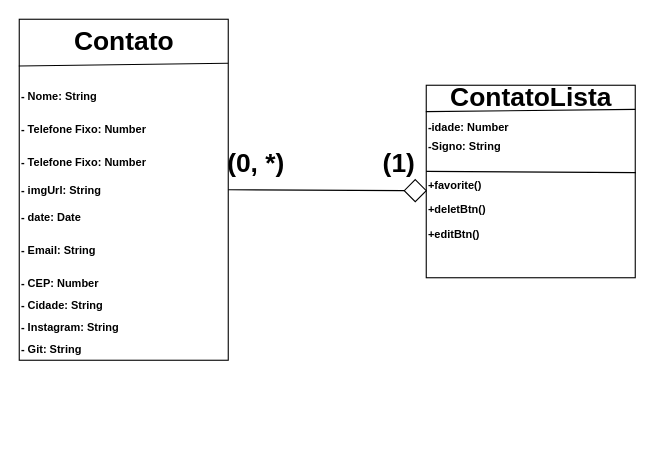
GuiLimaSeila/DesafioListaPhone keeps this draw.io diagram as diagram.drawio. Above is the earlier version. Source tidied: cells renumbered, new cells numbered last; positions are measured from the earlier drawing's top-left corner, leaving out a move shared by most shapes. Both pictures are drawn from the tidied source at 110%, with x=0, y=0 at pixel (19, 19).
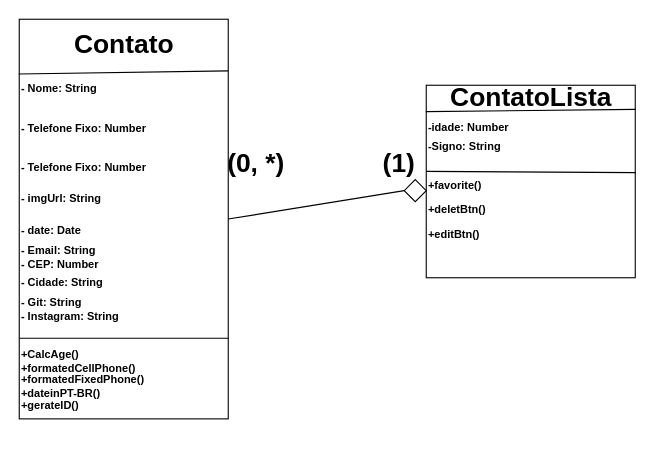
The same diagram, later.

Unchanged cells that the change refers to:
```xml
<mxCell id="2" style="group;" parent="1" vertex="1">
  <mxGeometry width="560" height="320" as="geometry" />
</mxCell>
```

Change to the diagram source:
```diff
@@
     <mxCell id="4" style="group;" parent="2" vertex="1">
-      <mxGeometry width="190" height="320" as="geometry" />
+      <mxGeometry width="190" height="375" as="geometry" />
     </mxCell>
     <mxCell id="5" style="whiteSpace=wrap;html=1;" parent="4" vertex="1">
-      <mxGeometry width="190" height="310" as="geometry" />
+      <mxGeometry width="190" height="363.3" as="geometry" />
     </mxCell>
     <mxCell id="6" style="endArrow=none;html=1;exitX=-0.002;exitY=0.137;exitDx=0;exitDy=0;exitPerimeter=0;" parent="4" edge="1" source="5">
       <mxGeometry relative="1" as="geometry">
-        <mxPoint x="190" y="40" as="targetPoint" />
+        <mxPoint x="190" y="46.9" as="targetPoint" />
       </mxGeometry>
     </mxCell>
     <mxCell id="7" value="Contato" style="text;strokeColor=none;fillColor=none;html=1;fontSize=24;fontStyle=1;verticalAlign=middle;align=center;" parent="4" vertex="1">
-      <mxGeometry x="45" width="100" height="40" as="geometry" />
+      <mxGeometry x="45" width="100" height="46.9" as="geometry" />
     </mxCell>
     <mxCell id="8" value="- Nome: String" style="text;strokeColor=none;fillColor=none;html=1;fontSize=10;fontStyle=1;verticalAlign=middle;align=left;" parent="4" vertex="1">
-      <mxGeometry y="50" width="80" height="40" as="geometry" />
+      <mxGeometry y="40" width="80" height="46.9" as="geometry" />
     </mxCell>
     <mxCell id="9" value="- Telefone Fixo: Number" style="text;strokeColor=none;fillColor=none;html=1;fontSize=10;fontStyle=1;verticalAlign=middle;align=left;" parent="4" vertex="1">
-      <mxGeometry y="80" width="80" height="40" as="geometry" />
+      <mxGeometry y="75.2" width="80" height="46.9" as="geometry" />
     </mxCell>
     <mxCell id="10" value="- Telefone Fixo: Number" style="text;strokeColor=none;fillColor=none;html=1;fontSize=10;fontStyle=1;verticalAlign=middle;align=left;" parent="4" vertex="1">
-      <mxGeometry y="110" width="80" height="40" as="geometry" />
+      <mxGeometry y="110.3" width="80" height="46.9" as="geometry" />
     </mxCell>
     <mxCell id="11" value="- imgUrl: String&lt;br&gt;" style="text;strokeColor=none;fillColor=none;html=1;fontSize=10;fontStyle=1;verticalAlign=middle;align=left;" parent="4" vertex="1">
-      <mxGeometry y="135" width="80" height="40" as="geometry" />
+      <mxGeometry y="139.6" width="80" height="46.9" as="geometry" />
     </mxCell>
     <mxCell id="12" value="- date: Date" style="text;strokeColor=none;fillColor=none;html=1;fontSize=10;fontStyle=1;verticalAlign=middle;align=left;" parent="4" vertex="1">
-      <mxGeometry y="160" width="80" height="40" as="geometry" />
+      <mxGeometry y="168.9" width="80" height="46.9" as="geometry" />
     </mxCell>
     <mxCell id="13" value="- Email: String" style="text;strokeColor=none;fillColor=none;html=1;fontSize=10;fontStyle=1;verticalAlign=middle;align=left;" parent="4" vertex="1">
-      <mxGeometry y="190" width="80" height="40" as="geometry" />
+      <mxGeometry y="186.5" width="80" height="46.9" as="geometry" />
     </mxCell>
     <mxCell id="14" value="- CEP: Number" style="text;strokeColor=none;fillColor=none;html=1;fontSize=10;fontStyle=1;verticalAlign=middle;align=left;" parent="4" vertex="1">
-      <mxGeometry y="220" width="80" height="40" as="geometry" />
+      <mxGeometry y="200" width="80" height="46.9" as="geometry" />
     </mxCell>
     <mxCell id="15" value="- Cidade: String" style="text;strokeColor=none;fillColor=none;html=1;fontSize=10;fontStyle=1;verticalAlign=middle;align=left;" parent="4" vertex="1">
-      <mxGeometry y="240" width="80" height="40" as="geometry" />
+      <mxGeometry y="215.8" width="80" height="46.9" as="geometry" />
     </mxCell>
     <mxCell id="16" value="- Instagram: String" style="text;strokeColor=none;fillColor=none;html=1;fontSize=10;fontStyle=1;verticalAlign=middle;align=left;" parent="4" vertex="1">
-      <mxGeometry y="260" width="80" height="40" as="geometry" />
+      <mxGeometry y="246.9" width="80" height="46.9" as="geometry" />
     </mxCell>
     <mxCell id="17" value="- Git: String" style="text;strokeColor=none;fillColor=none;html=1;fontSize=10;fontStyle=1;verticalAlign=middle;align=left;" parent="4" vertex="1">
-      <mxGeometry y="280" width="80" height="40" as="geometry" />
+      <mxGeometry y="233.4" width="80" height="46.9" as="geometry" />
     </mxCell>
+    <mxCell id="32" style="endArrow=none;html=1;fontSize=10;" parent="4" edge="1">
+      <mxGeometry relative="1" as="geometry">
+        <mxPoint y="290" as="sourcePoint" />
+        <mxPoint x="190" y="290" as="targetPoint" />
+      </mxGeometry>
+    </mxCell>
+    <mxCell id="33" value="+CalcAge()" style="text;strokeColor=none;fillColor=none;html=1;fontSize=10;fontStyle=1;verticalAlign=middle;align=left;" parent="4" vertex="1">
+      <mxGeometry y="280.2" width="80" height="46.9" as="geometry" />
+    </mxCell>
+    <mxCell id="34" value="+formatedCellPhone()" style="text;strokeColor=none;fillColor=none;html=1;fontSize=10;fontStyle=1;verticalAlign=middle;align=left;" parent="4" vertex="1">
+      <mxGeometry y="293.8" width="80" height="46.9" as="geometry" />
+    </mxCell>
+    <mxCell id="35" value="+dateinPT-BR()" style="text;strokeColor=none;fillColor=none;html=1;fontSize=10;fontStyle=1;verticalAlign=middle;align=left;" parent="4" vertex="1">
+      <mxGeometry y="316.4" width="80" height="46.9" as="geometry" />
+    </mxCell>
+    <mxCell id="36" value="+formatedFixedPhone()" style="text;strokeColor=none;fillColor=none;html=1;fontSize=10;fontStyle=1;verticalAlign=middle;align=left;" parent="4" vertex="1">
+      <mxGeometry y="303.8" width="80" height="46.9" as="geometry" />
+    </mxCell>
+    <mxCell id="37" value="+gerateID()" style="text;strokeColor=none;fillColor=none;html=1;fontSize=10;fontStyle=1;verticalAlign=middle;align=left;" parent="4" vertex="1">
+      <mxGeometry y="327.1" width="80" height="46.9" as="geometry" />
+    </mxCell>
```
